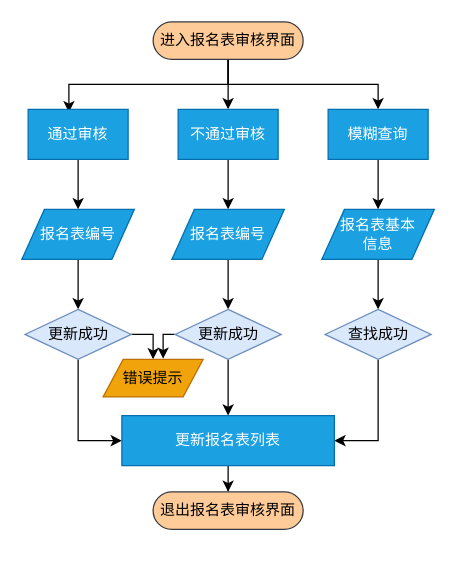
The draw.io diagram jiaxiaoSystem/M02.drawio in Ringo-linqin/drawio, before the edit. Source tidied: cells renumbered, new cells numbered last; positions are measured from the earlier drawing's top-left corner, leaving out a move shared by most shapes. Both pictures are drawn from the tidied source at 125%, with x=0, y=0 at pixel (21, 21).
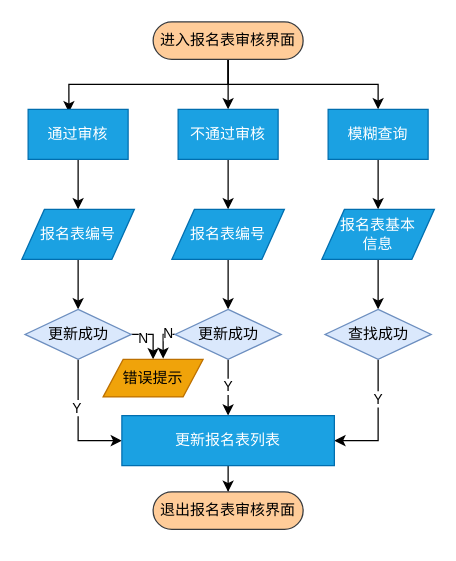
The same diagram, later.

The change refers to these unchanged cells:
```xml
<mxCell id="19" style="edgeStyle=orthogonalEdgeStyle;rounded=0;jettySize=auto;html=1;exitX=1;exitY=0.5;exitDx=0;exitDy=0;entryX=0.5;entryY=0;entryDx=0;entryDy=0;" parent="1" edge="1" source="21" target="27">
  <mxGeometry relative="1" as="geometry" />
</mxCell>
<mxCell id="20" style="edgeStyle=orthogonalEdgeStyle;rounded=0;jettySize=auto;html=1;exitX=0.5;exitY=1;exitDx=0;exitDy=0;entryX=0;entryY=0.5;entryDx=0;entryDy=0;" parent="1" edge="1" source="21" target="29">
  <mxGeometry relative="1" as="geometry" />
</mxCell>
<mxCell id="22" style="edgeStyle=orthogonalEdgeStyle;rounded=0;jettySize=auto;html=1;exitX=0;exitY=0.5;exitDx=0;exitDy=0;entryX=0.6;entryY=-0.018;entryDx=0;entryDy=0;entryPerimeter=0;" parent="1" edge="1" source="24" target="27">
  <mxGeometry relative="1" as="geometry" />
</mxCell>
<mxCell id="23" style="edgeStyle=orthogonalEdgeStyle;rounded=0;jettySize=auto;html=1;exitX=0.5;exitY=1;exitDx=0;exitDy=0;entryX=0.5;entryY=0;entryDx=0;entryDy=0;" parent="1" edge="1" source="24" target="29">
  <mxGeometry relative="1" as="geometry" />
</mxCell>
<mxCell id="25" style="edgeStyle=orthogonalEdgeStyle;rounded=0;jettySize=auto;html=1;exitX=0.5;exitY=1;exitDx=0;exitDy=0;entryX=1;entryY=0.5;entryDx=0;entryDy=0;" parent="1" edge="1" source="26" target="29">
  <mxGeometry relative="1" as="geometry" />
</mxCell>
```

The edit, as a diff of the source:
```diff
@@
+    <mxCell id="31" value="N" style="edgeLabel;html=1;align=center;verticalAlign=middle;" parent="19" vertex="1">
+      <mxGeometry x="-0.53" y="-2" relative="1" as="geometry" />
+    </mxCell>
@@
+    <mxCell id="32" value="Y" style="edgeLabel;html=1;align=center;verticalAlign=middle;" parent="20" vertex="1">
+      <mxGeometry x="-0.25" y="-2" relative="1" as="geometry" />
+    </mxCell>
@@
+    <mxCell id="33" value="N" style="edgeLabel;html=1;align=center;verticalAlign=middle;" parent="22" vertex="1">
+      <mxGeometry x="-0.57" y="-2" relative="1" as="geometry" />
+    </mxCell>
@@
+    <mxCell id="34" value="Y" style="edgeLabel;html=1;align=center;verticalAlign=middle;" parent="23" vertex="1">
+      <mxGeometry x="-0.05" y="-1" relative="1" as="geometry" />
+    </mxCell>
@@
+    <mxCell id="35" value="Y" style="edgeLabel;html=1;align=center;verticalAlign=middle;" parent="25" vertex="1">
+      <mxGeometry x="-0.39" y="-1" relative="1" as="geometry" />
+    </mxCell>
```
